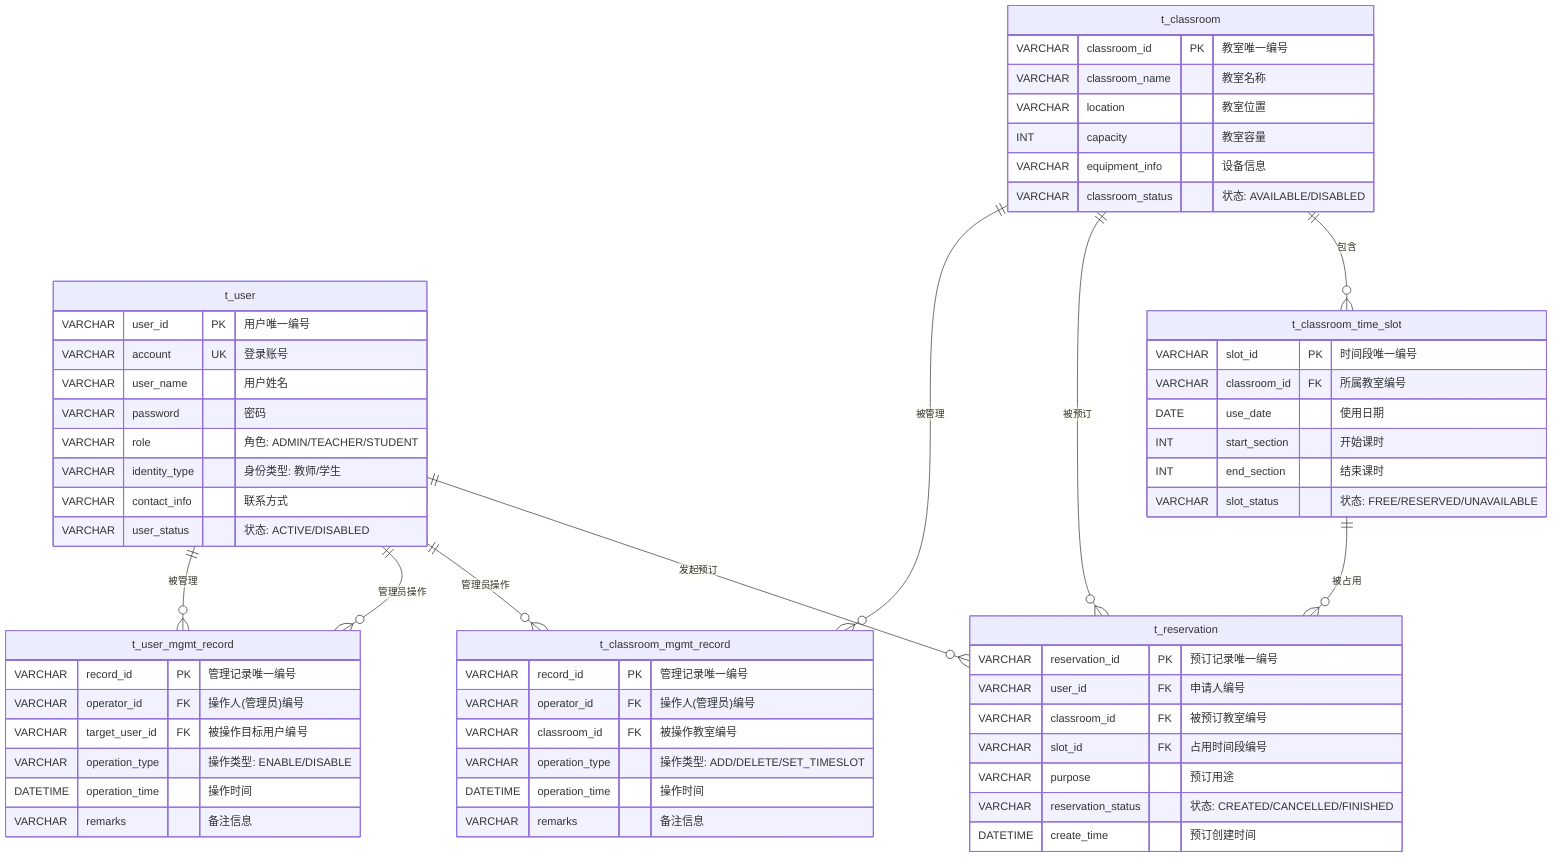
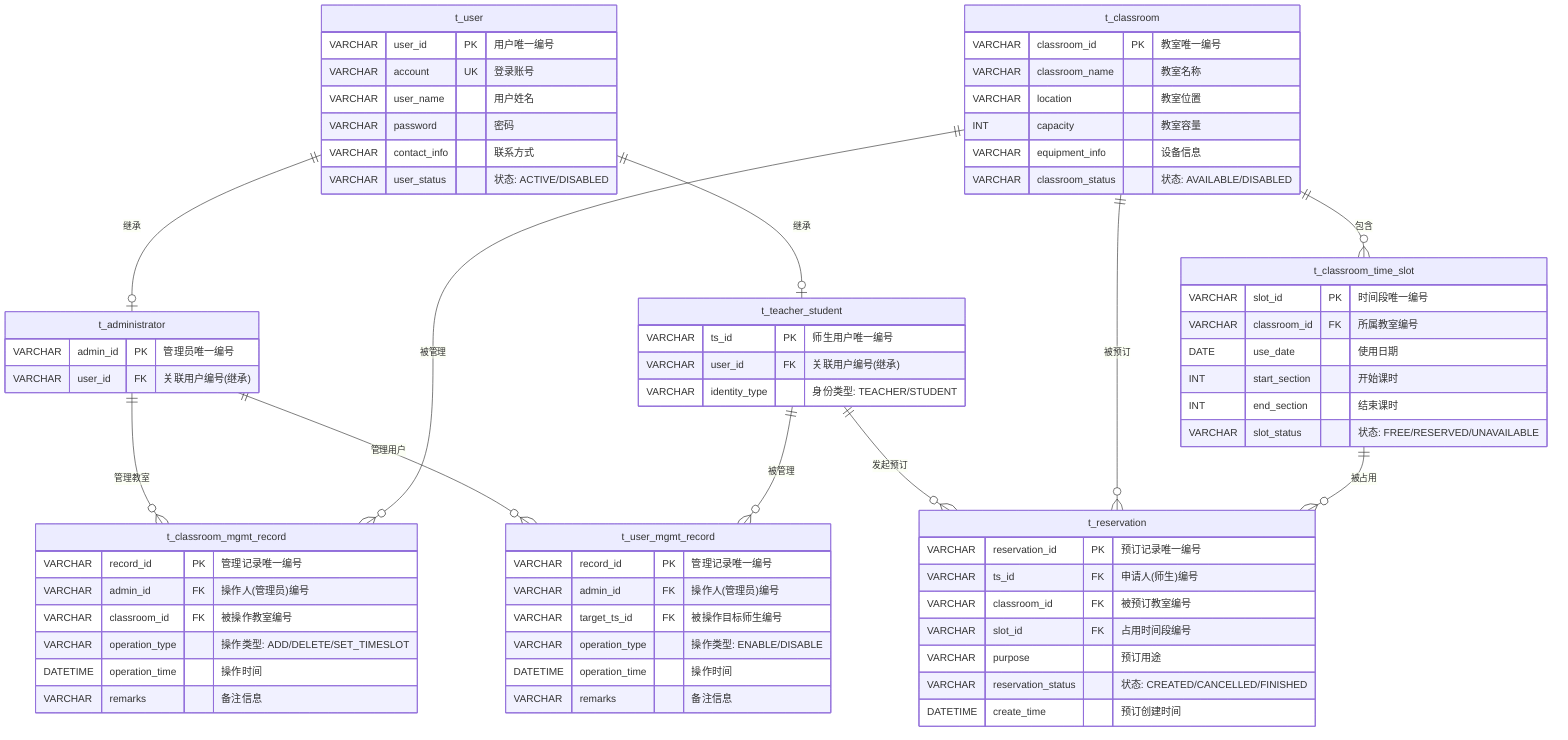
erDiagram

    t_user {
        VARCHAR user_id PK "用户唯一编号"
        VARCHAR account UK "登录账号"
        VARCHAR user_name "用户姓名"
        VARCHAR password "密码"
-         VARCHAR role "角色: ADMIN/TEACHER/STUDENT"
-         VARCHAR identity_type "身份类型: 教师/学生"
        VARCHAR contact_info "联系方式"
        VARCHAR user_status "状态: ACTIVE/DISABLED"
+     }
+ 
+     t_administrator {
+         VARCHAR admin_id PK "管理员唯一编号"
+         VARCHAR user_id FK "关联用户编号(继承)"
+     }
+ 
+     t_teacher_student {
+         VARCHAR ts_id PK "师生用户唯一编号"
+         VARCHAR user_id FK "关联用户编号(继承)"
+         VARCHAR identity_type "身份类型: TEACHER/STUDENT"
    }

    t_classroom {
        VARCHAR classroom_id PK "教室唯一编号"
        VARCHAR classroom_name "教室名称"
        VARCHAR location "教室位置"
        INT capacity "教室容量"
        VARCHAR equipment_info "设备信息"
        VARCHAR classroom_status "状态: AVAILABLE/DISABLED"
    }

    t_classroom_time_slot {
        VARCHAR slot_id PK "时间段唯一编号"
        VARCHAR classroom_id FK "所属教室编号"
        DATE use_date "使用日期"
        INT start_section "开始课时"
        INT end_section "结束课时"
        VARCHAR slot_status "状态: FREE/RESERVED/UNAVAILABLE"
    }

    t_reservation {
        VARCHAR reservation_id PK "预订记录唯一编号"
-         VARCHAR user_id FK "申请人编号"
+         VARCHAR ts_id FK "申请人(师生)编号"
        VARCHAR classroom_id FK "被预订教室编号"
        VARCHAR slot_id FK "占用时间段编号"
        VARCHAR purpose "预订用途"
        VARCHAR reservation_status "状态: CREATED/CANCELLED/FINISHED"
        DATETIME create_time "预订创建时间"
    }

    t_classroom_mgmt_record {
        VARCHAR record_id PK "管理记录唯一编号"
-         VARCHAR operator_id FK "操作人(管理员)编号"
+         VARCHAR admin_id FK "操作人(管理员)编号"
        VARCHAR classroom_id FK "被操作教室编号"
        VARCHAR operation_type "操作类型: ADD/DELETE/SET_TIMESLOT"
        DATETIME operation_time "操作时间"
        VARCHAR remarks "备注信息"
    }

    t_user_mgmt_record {
        VARCHAR record_id PK "管理记录唯一编号"
-         VARCHAR operator_id FK "操作人(管理员)编号"
-         VARCHAR target_user_id FK "被操作目标用户编号"
+         VARCHAR admin_id FK "操作人(管理员)编号"
+         VARCHAR target_ts_id FK "被操作目标师生编号"
        VARCHAR operation_type "操作类型: ENABLE/DISABLE"
        DATETIME operation_time "操作时间"
        VARCHAR remarks "备注信息"
    }

+     %% 继承关系：管理员和师生继承自用户
+     t_user ||--o| t_administrator : "继承"
+     t_user ||--o| t_teacher_student : "继承"
+ 
    %% 教室 与 教室可用时间段 (1:N)
    t_classroom ||--o{ t_classroom_time_slot : "包含"

    %% 预订记录 拆分 师生-教室 N:M 关系
-     t_user ||--o{ t_reservation : "发起预订"
+     t_teacher_student ||--o{ t_reservation : "发起预订"
    t_classroom ||--o{ t_reservation : "被预订"
    t_classroom_time_slot ||--o{ t_reservation : "被占用"

    %% 教室管理记录 拆分 管理员-教室 N:M 关系
-     t_user ||--o{ t_classroom_mgmt_record : "管理员操作"
+     t_administrator ||--o{ t_classroom_mgmt_record : "管理教室"
    t_classroom ||--o{ t_classroom_mgmt_record : "被管理"

-     %% 用户管理记录 拆分 管理员-用户 N:M 关系
-     t_user ||--o{ t_user_mgmt_record : "管理员操作"
-     t_user ||--o{ t_user_mgmt_record : "被管理"
+     %% 用户管理记录 拆分 管理员-师生 N:M 关系
+     t_administrator ||--o{ t_user_mgmt_record : "管理用户"
+     t_teacher_student ||--o{ t_user_mgmt_record : "被管理"
